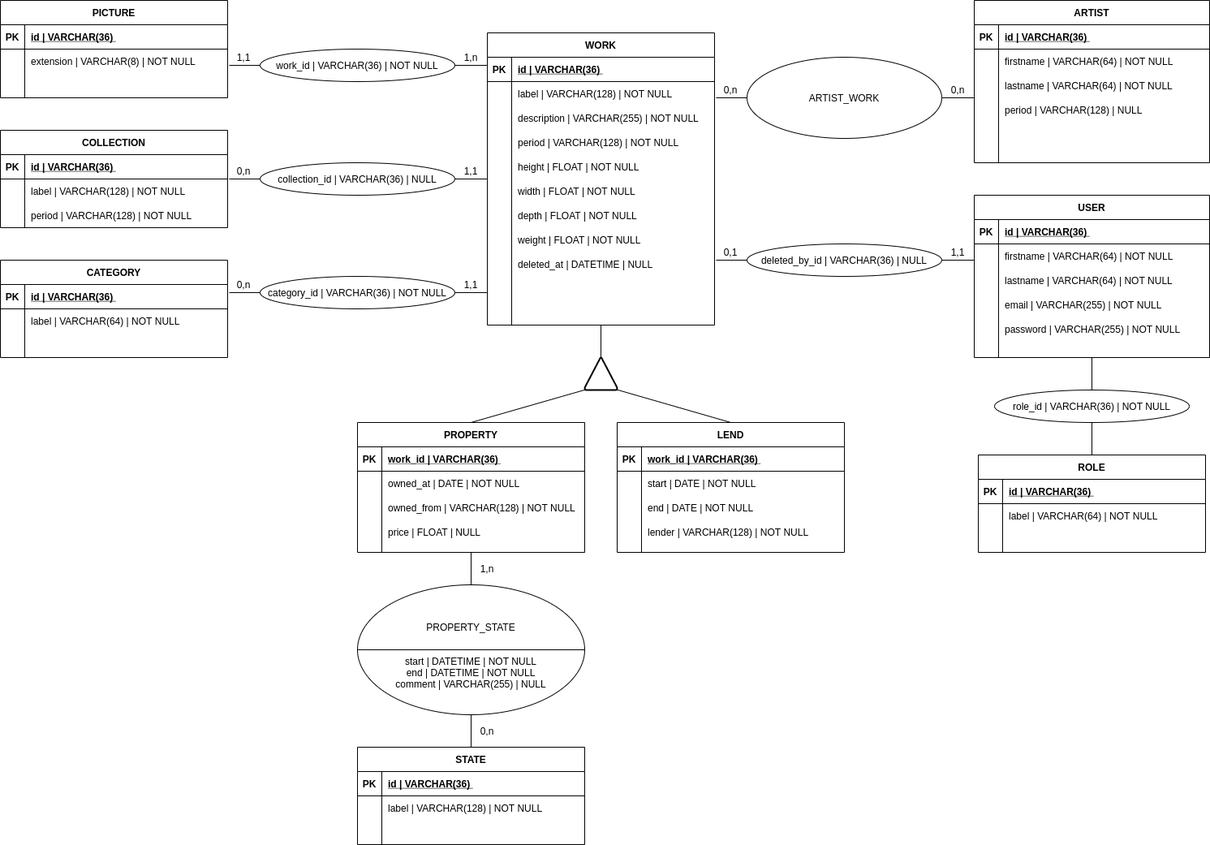
The draw.io diagram docs/mcd.png in pac421/G4-Museo, before a commit. Source tidied: cells renumbered, new cells last; positions are measured from the earlier drawing's top-left corner, leaving out a move shared by most shapes.
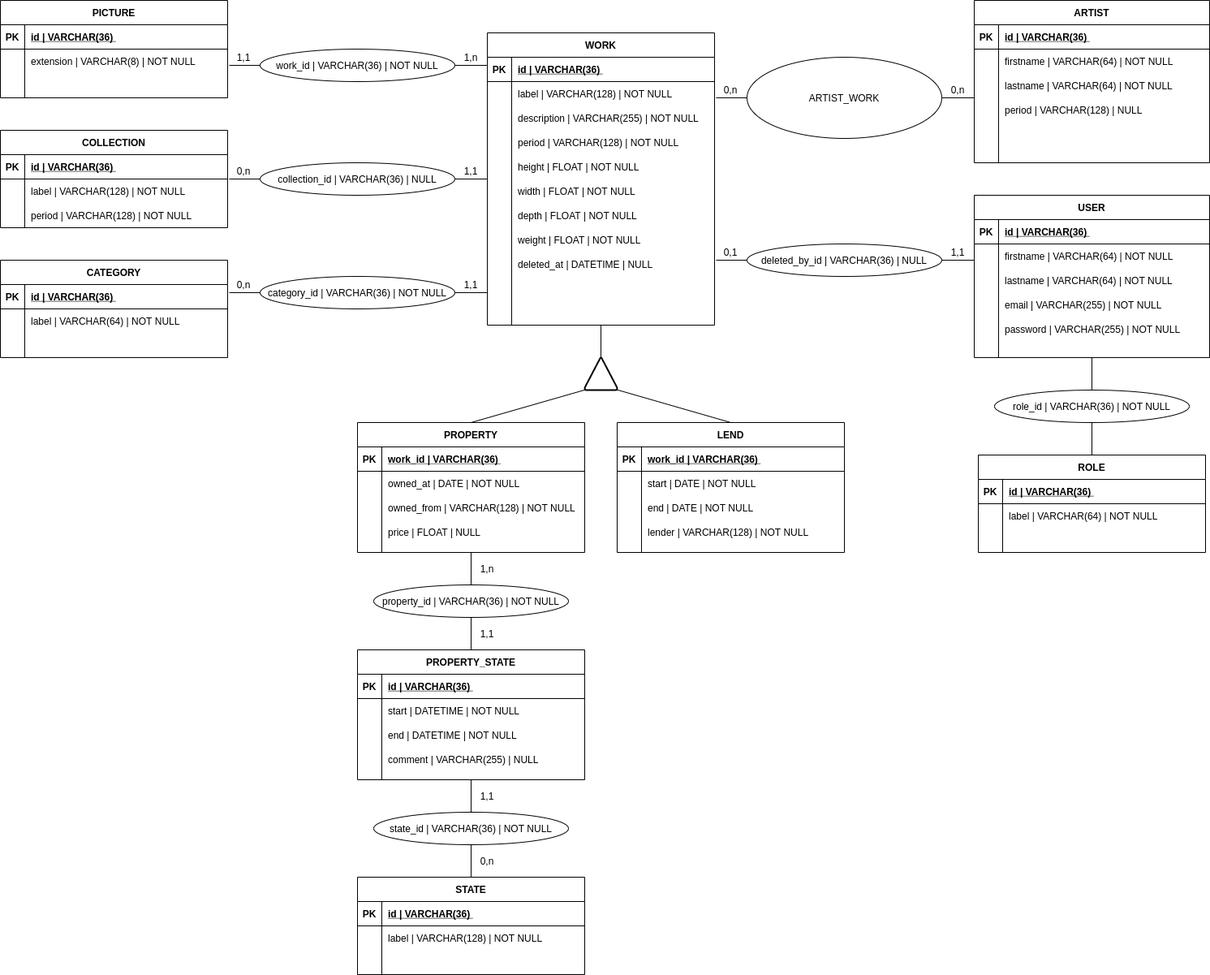
Later version of the same file.

Diff of the diagram source:
```diff
@@ -400,28 +400,26 @@
     <mxCell id="124" value="0,n" style="text;html=1;strokeColor=none;fillColor=none;align=center;verticalAlign=middle;whiteSpace=wrap;rounded=0;" parent="1" vertex="1">
       <mxGeometry x="880" y="100" width="40" height="20" as="geometry" />
     </mxCell>
-    <mxCell id="125" value="&lt;br&gt;PROPERTY_STATE&lt;br&gt;&lt;br&gt;&lt;br&gt;start | DATETIME | NOT NULL&lt;br&gt;end | DATETIME | NOT NULL&lt;br&gt;comment | VARCHAR(255) | NULL" style="ellipse;whiteSpace=wrap;html=1;" parent="1" vertex="1">
-      <mxGeometry x="440" y="720" width="280" height="160" as="geometry" />
-    </mxCell>
     <mxCell id="126" style="endArrow=none;html=1;exitX=0.5;exitY=0;exitDx=0;exitDy=0;entryX=0.5;entryY=1;entryDx=0;entryDy=0;" parent="1" edge="1">
       <mxGeometry relative="1" as="geometry">
-        <mxPoint x="580" y="920" as="sourcePoint" />
-        <mxPoint x="580" y="880" as="targetPoint" />
+        <mxPoint x="580" y="1080" as="sourcePoint" />
+        <mxPoint x="580" y="1040" as="targetPoint" />
       </mxGeometry>
     </mxCell>
-    <mxCell id="127" style="endArrow=none;html=1;entryX=0.5;entryY=0;entryDx=0;entryDy=0;" parent="1" edge="1" target="125">
+    <mxCell id="127" style="endArrow=none;html=1;entryX=0.5;entryY=0;entryDx=0;entryDy=0;" parent="1" edge="1">
       <mxGeometry relative="1" as="geometry">
         <mxPoint x="580" y="680" as="sourcePoint" />
+        <mxPoint x="580" y="720" as="targetPoint" />
       </mxGeometry>
     </mxCell>
     <mxCell id="128" value="1,n" style="text;html=1;strokeColor=none;fillColor=none;align=center;verticalAlign=middle;whiteSpace=wrap;rounded=0;" parent="1" vertex="1">
       <mxGeometry x="580" y="690" width="40" height="20" as="geometry" />
     </mxCell>
     <mxCell id="129" value="0,n" style="text;html=1;strokeColor=none;fillColor=none;align=center;verticalAlign=middle;whiteSpace=wrap;rounded=0;" parent="1" vertex="1">
-      <mxGeometry x="580" y="890" width="40" height="20" as="geometry" />
+      <mxGeometry x="580" y="1050" width="40" height="20" as="geometry" />
     </mxCell>
     <mxCell id="130" value="STATE" style="shape=table;startSize=30;rowLines=0;fontStyle=1;align=center;" parent="1" vertex="1">
-      <mxGeometry x="440" y="920" width="280" height="120" as="geometry" />
+      <mxGeometry x="440" y="1080" width="280" height="120" as="geometry" />
     </mxCell>
     <mxCell id="131" style="shape=partialRectangle;fillColor=none;top=0;left=0;bottom=1;right=0;" parent="130" vertex="1">
       <mxGeometry y="30" width="280" height="30" as="geometry" />
@@ -450,9 +448,6 @@
     <mxCell id="139" style="shape=partialRectangle;fillColor=none;top=0;left=0;bottom=0;right=0;align=left;spacingLeft=6;overflow=hidden;" parent="137" vertex="1">
       <mxGeometry x="30" width="250" height="30" as="geometry" />
     </mxCell>
-    <mxCell id="140" style="endArrow=none;html=1;exitX=0;exitY=0.5;exitDx=0;exitDy=0;entryX=1;entryY=0.5;entryDx=0;entryDy=0;" parent="1" edge="1" source="125" target="125">
-      <mxGeometry relative="1" as="geometry" />
-    </mxCell>
     <mxCell id="141" value="ROLE" style="shape=table;startSize=30;rowLines=0;fontStyle=1;align=center;" parent="1" vertex="1">
       <mxGeometry x="1205" y="560" width="280" height="120" as="geometry" />
     </mxCell>
@@ -483,5 +478,68 @@
     <mxCell id="150" style="endArrow=none;html=1;entryX=0.5;entryY=1;entryDx=0;entryDy=0;exitX=0.5;exitY=0;exitDx=0;exitDy=0;" parent="1" edge="1" source="141" target="148">
       <mxGeometry relative="1" as="geometry" />
     </mxCell>
+    <mxCell id="151" value="PROPERTY_STATE" style="shape=table;startSize=30;rowLines=0;fontStyle=1;align=center;" parent="1" vertex="1">
+      <mxGeometry x="440" y="800" width="280" height="160" as="geometry" />
+    </mxCell>
+    <mxCell id="152" style="shape=partialRectangle;fillColor=none;top=0;left=0;bottom=1;right=0;" parent="151" vertex="1">
+      <mxGeometry y="30" width="280" height="30" as="geometry" />
+    </mxCell>
+    <mxCell id="153" value="PK" style="shape=partialRectangle;fillColor=none;top=0;left=0;bottom=0;right=0;fontStyle=1;overflow=hidden;" parent="152" vertex="1">
+      <mxGeometry width="30" height="30" as="geometry" />
+    </mxCell>
+    <mxCell id="154" value="id | VARCHAR(36) " style="shape=partialRectangle;fillColor=none;top=0;left=0;bottom=0;right=0;align=left;spacingLeft=6;fontStyle=5;overflow=hidden;" parent="152" vertex="1">
+      <mxGeometry x="30" width="250" height="30" as="geometry" />
+    </mxCell>
+    <mxCell id="155" style="shape=partialRectangle;fillColor=none;top=0;left=0;bottom=0;right=0;" parent="151" vertex="1">
+      <mxGeometry y="60" width="280" height="30" as="geometry" />
+    </mxCell>
+    <mxCell id="156" style="shape=partialRectangle;fillColor=none;top=0;left=0;bottom=0;right=0;overflow=hidden;" parent="155" vertex="1">
+      <mxGeometry width="30" height="30" as="geometry" />
+    </mxCell>
+    <mxCell id="157" value="start | DATETIME | NOT NULL" style="shape=partialRectangle;fillColor=none;top=0;left=0;bottom=0;right=0;align=left;spacingLeft=6;overflow=hidden;" parent="155" vertex="1">
+      <mxGeometry x="30" width="250" height="30" as="geometry" />
+    </mxCell>
+    <mxCell id="158" style="shape=partialRectangle;fillColor=none;top=0;left=0;bottom=0;right=0;" parent="151" vertex="1">
+      <mxGeometry y="90" width="280" height="30" as="geometry" />
+    </mxCell>
+    <mxCell id="159" style="shape=partialRectangle;fillColor=none;top=0;left=0;bottom=0;right=0;overflow=hidden;" parent="158" vertex="1">
+      <mxGeometry width="30" height="30" as="geometry" />
+    </mxCell>
+    <mxCell id="160" value="end | DATETIME | NOT NULL" style="shape=partialRectangle;fillColor=none;top=0;left=0;bottom=0;right=0;align=left;spacingLeft=6;overflow=hidden;" parent="158" vertex="1">
+      <mxGeometry x="30" width="250" height="30" as="geometry" />
+    </mxCell>
+    <mxCell id="161" style="shape=partialRectangle;fillColor=none;top=0;left=0;bottom=0;right=0;" parent="151" vertex="1">
+      <mxGeometry y="120" width="280" height="30" as="geometry" />
+    </mxCell>
+    <mxCell id="162" style="shape=partialRectangle;fillColor=none;top=0;left=0;bottom=0;right=0;overflow=hidden;" parent="161" vertex="1">
+      <mxGeometry width="30" height="30" as="geometry" />
+    </mxCell>
+    <mxCell id="163" value="comment | VARCHAR(255) | NULL" style="shape=partialRectangle;fillColor=none;top=0;left=0;bottom=0;right=0;align=left;spacingLeft=6;overflow=hidden;" parent="161" vertex="1">
+      <mxGeometry x="30" width="250" height="30" as="geometry" />
+    </mxCell>
+    <mxCell id="164" value="property_id | VARCHAR(36) | NOT NULL" style="ellipse;whiteSpace=wrap;html=1;" parent="1" vertex="1">
+      <mxGeometry x="460" y="720" width="240" height="40" as="geometry" />
+    </mxCell>
+    <mxCell id="165" style="endArrow=none;html=1;entryX=0.5;entryY=0;entryDx=0;entryDy=0;" parent="1" edge="1">
+      <mxGeometry relative="1" as="geometry">
+        <mxPoint x="580" y="760" as="sourcePoint" />
+        <mxPoint x="580" y="800" as="targetPoint" />
+      </mxGeometry>
+    </mxCell>
+    <mxCell id="166" value="1,1" style="text;html=1;strokeColor=none;fillColor=none;align=center;verticalAlign=middle;whiteSpace=wrap;rounded=0;" parent="1" vertex="1">
+      <mxGeometry x="580" y="770" width="40" height="20" as="geometry" />
+    </mxCell>
+    <mxCell id="167" style="endArrow=none;html=1;entryX=0.5;entryY=0;entryDx=0;entryDy=0;" parent="1" edge="1">
+      <mxGeometry relative="1" as="geometry">
+        <mxPoint x="580" y="960" as="sourcePoint" />
+        <mxPoint x="580" y="1000" as="targetPoint" />
+      </mxGeometry>
+    </mxCell>
+    <mxCell id="168" value="1,1" style="text;html=1;strokeColor=none;fillColor=none;align=center;verticalAlign=middle;whiteSpace=wrap;rounded=0;" parent="1" vertex="1">
+      <mxGeometry x="580" y="970" width="40" height="20" as="geometry" />
+    </mxCell>
+    <mxCell id="169" value="state_id | VARCHAR(36) | NOT NULL" style="ellipse;whiteSpace=wrap;html=1;" parent="1" vertex="1">
+      <mxGeometry x="460" y="1000" width="240" height="40" as="geometry" />
+    </mxCell>
   </root>
 </mxGraphModel>
```
